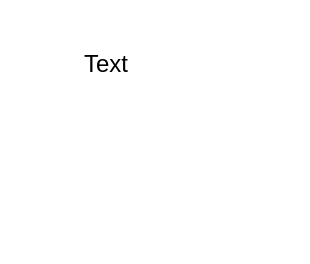
Earlier version of the draw.io diagram resources/GAN Inpainting.drawio (alexwongdl/TFTemplate). Source tidied: cells renumbered, new cells numbered last; positions are measured from the earlier drawing's top-left corner, leaving out a move shared by most shapes. Both pictures are drawn from the tidied source at 200%, with x=0, y=0 at pixel (46, 34).
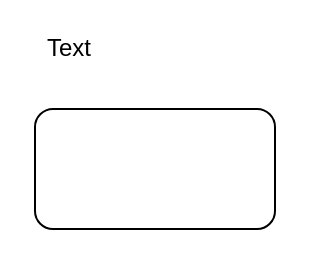
The same page after the edit.

Diff of the diagram source:
```diff
@@
 <mxGraphModel>
   <root>
     <mxCell id="0" />
     <mxCell id="1" parent="0" />
     <mxCell id="2" value="Text" style="text;html=1;strokeColor=none;fillColor=none;align=center;verticalAlign=middle;whiteSpace=wrap;rounded=0;" parent="1" vertex="1">
-      <mxGeometry width="60" height="30" as="geometry" />
+      <mxGeometry width="23" height="13" as="geometry" />
     </mxCell>
+    <mxCell id="3" style="rounded=1;whiteSpace=wrap;html=1;" parent="1" vertex="1">
+      <mxGeometry x="-6" y="37" width="120" height="60" as="geometry" />
+    </mxCell>
   </root>
 </mxGraphModel>
```
